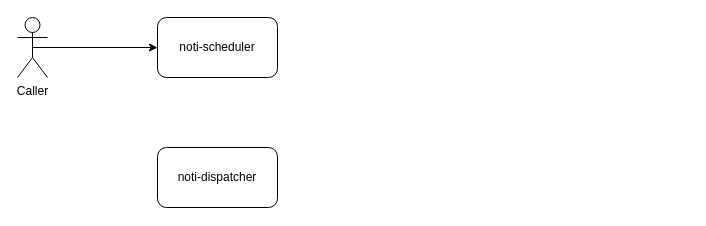
This is scheduler migration.drawio from zzw55486402/20200626, a draw.io file, before an edit. Source tidied: cells renumbered, new cells numbered last; positions are measured from the earlier drawing's top-left corner, leaving out a move shared by most shapes. Both pictures are drawn from the tidied source at 100%, with x=0, y=0 at pixel (17, 17).
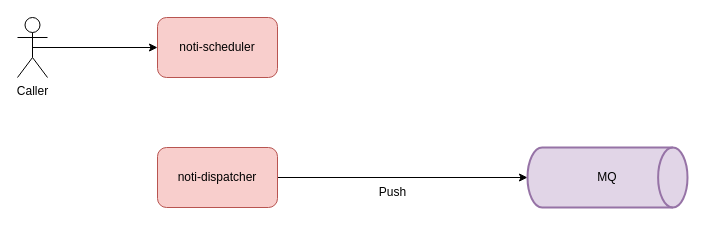
The same page after the edit.

What changed in the source:
```diff
@@
 <mxGraphModel>
   <root>
     <mxCell id="0" />
     <mxCell id="1" parent="0" />
-    <mxCell id="2" value="noti-scheduler" style="rounded=1;whiteSpace=wrap;html=1;" parent="1" vertex="1">
+    <mxCell id="2" value="noti-scheduler" style="rounded=1;whiteSpace=wrap;html=1;fillColor=#f8cecc;strokeColor=#b85450;" parent="1" vertex="1">
       <mxGeometry x="140" width="120" height="60" as="geometry" />
     </mxCell>
+    <mxCell id="6" style="edgeStyle=orthogonalEdgeStyle;rounded=0;jettySize=auto;html=1;exitX=1;exitY=0.5;exitDx=0;exitDy=0;" parent="1" edge="1" source="3" target="7">
+      <mxGeometry relative="1" as="geometry" />
+    </mxCell>
-    <mxCell id="3" value="noti-dispatcher" style="rounded=1;whiteSpace=wrap;html=1;" parent="1" vertex="1">
+    <mxCell id="3" value="noti-dispatcher" style="rounded=1;whiteSpace=wrap;html=1;fillColor=#f8cecc;strokeColor=#b85450;" parent="1" vertex="1">
       <mxGeometry x="140" y="130" width="120" height="60" as="geometry" />
     </mxCell>
     <mxCell id="4" style="edgeStyle=orthogonalEdgeStyle;rounded=0;jettySize=auto;html=1;exitX=0.5;exitY=0.5;exitDx=0;exitDy=0;exitPerimeter=0;entryX=0;entryY=0.5;entryDx=0;entryDy=0;" parent="1" edge="1" source="5" target="2">
       <mxGeometry relative="1" as="geometry" />
     </mxCell>
     <mxCell id="5" value="Caller" style="shape=umlActor;verticalLabelPosition=bottom;verticalAlign=top;html=1;outlineConnect=0;" parent="1" vertex="1">
       <mxGeometry width="30" height="60" as="geometry" />
     </mxCell>
+    <mxCell id="7" value="MQ" style="strokeWidth=2;html=1;shape=mxgraph.flowchart.direct_data;whiteSpace=wrap;fillColor=#e1d5e7;strokeColor=#9673a6;" parent="1" vertex="1">
+      <mxGeometry x="510" y="130" width="160" height="60" as="geometry" />
+    </mxCell>
+    <mxCell id="8" value="Push" style="text;html=1;align=center;verticalAlign=middle;strokeColor=none;fillColor=none;" parent="1" vertex="1">
+      <mxGeometry x="350" y="160" width="50" height="30" as="geometry" />
+    </mxCell>
   </root>
 </mxGraphModel>
```
